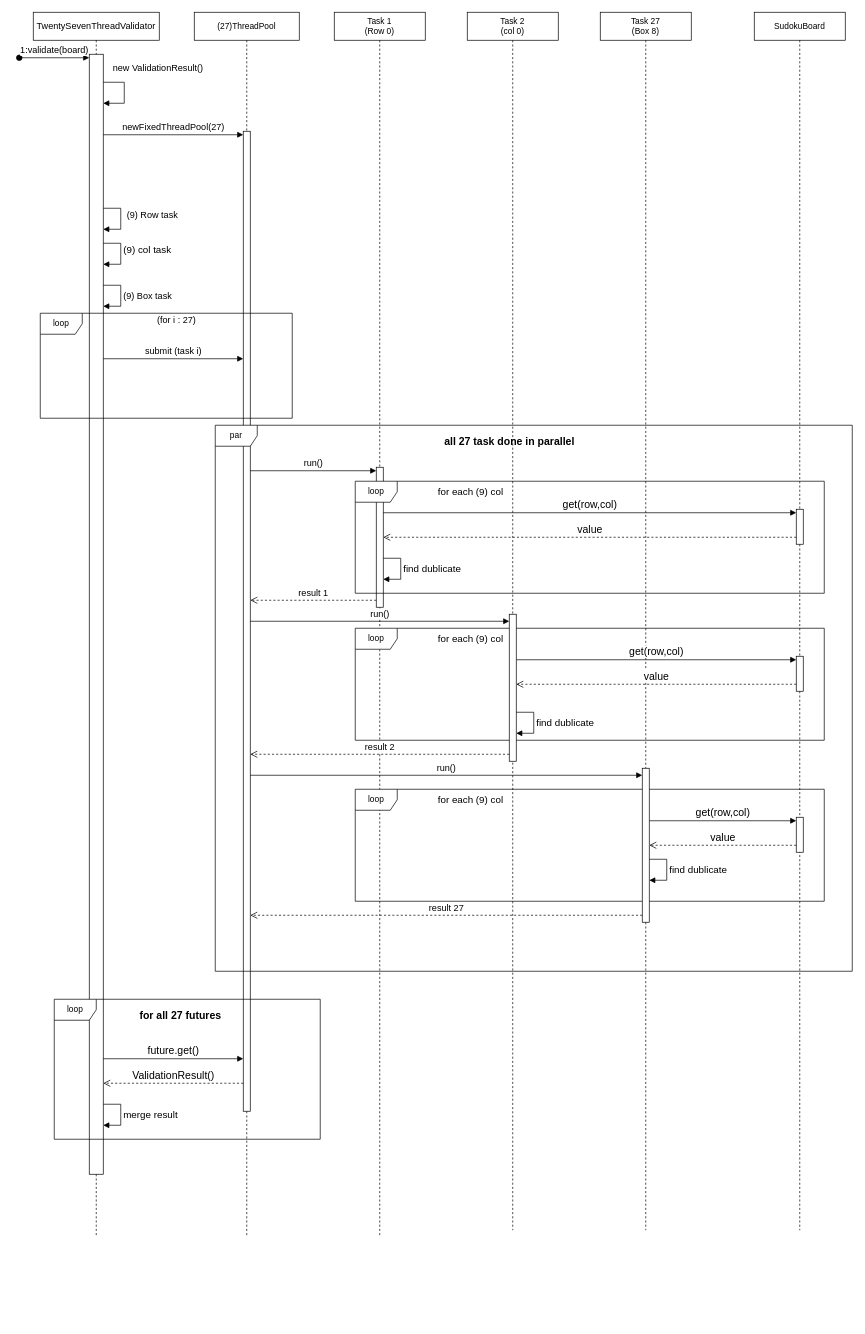
Earlier version of the draw.io diagram diagrams/mode27 sequence diagram.drawio (Smook-e/Prog_lab9). Source tidied: cells renumbered, new cells numbered last; positions are measured from the earlier drawing's top-left corner, leaving out a move shared by most shapes. Both pictures are drawn from the tidied source at 70%, with x=0, y=0 at pixel (19, 12).
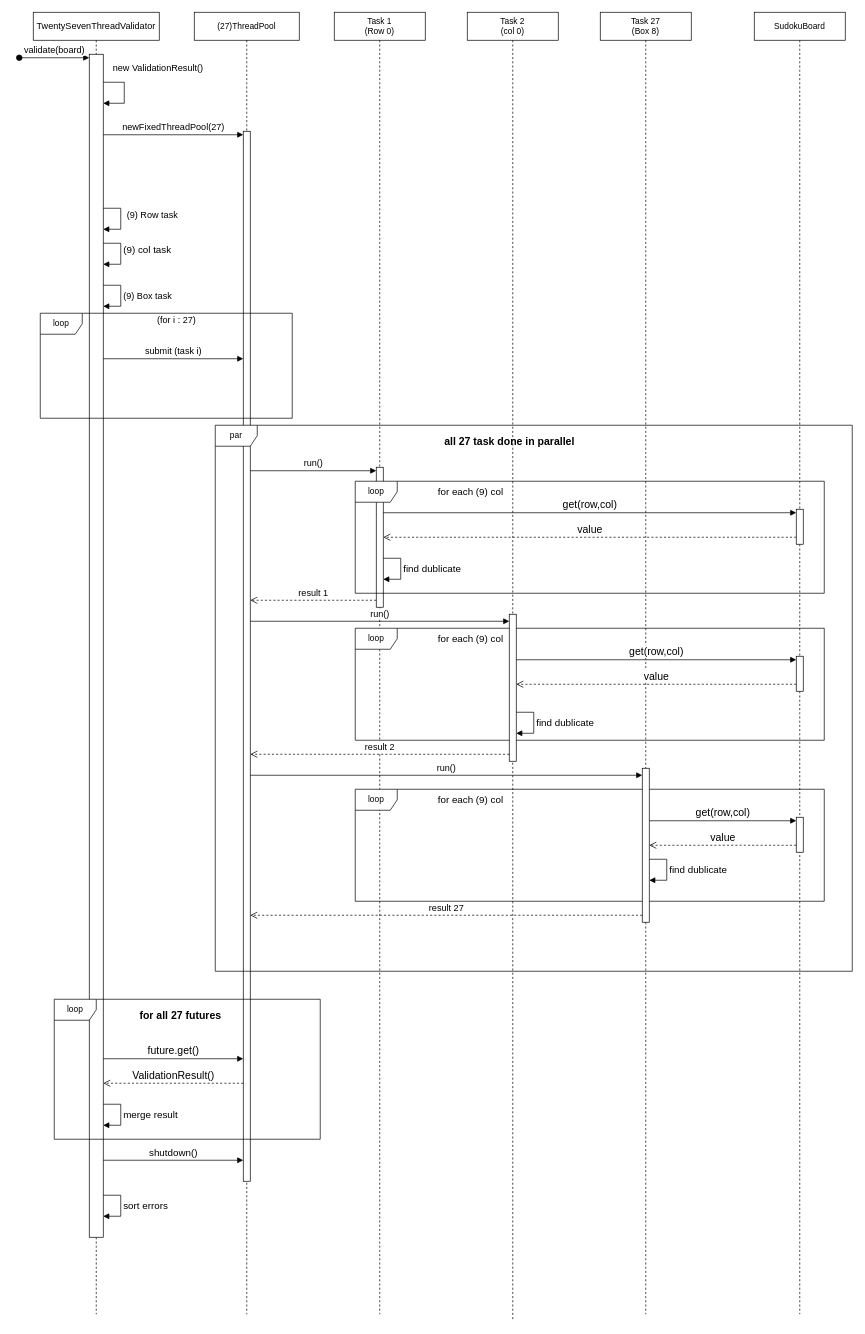
Above is the later version.

Commit message:
complete mode 27

Change to the diagram source:
```diff
@@
     <mxCell id="2" value="TwentySevenThreadValidator" style="shape=umlLifeline;perimeter=lifelinePerimeter;whiteSpace=wrap;html=1;newEdgeStyle={&quot;curved&quot;:0,&quot;rounded&quot;:0};fontSize=13;" parent="1" vertex="1">
-      <mxGeometry x="20" width="180" height="1750" as="geometry" />
+      <mxGeometry x="20" width="180" height="1860" as="geometry" />
     </mxCell>
     <mxCell id="3" style="html=1;points=[[0,0,0,0,5],[0,1,0,0,-5],[1,0,0,0,5],[1,1,0,0,-5]];perimeter=orthogonalPerimeter;outlineConnect=0;targetShapes=umlLifeline;portConstraint=eastwest;newEdgeStyle={&quot;curved&quot;:0,&quot;rounded&quot;:0};" parent="2" vertex="1">
-      <mxGeometry x="80" y="60" width="20" height="1600" as="geometry" />
+      <mxGeometry x="80" y="60" width="20" height="1690" as="geometry" />
     </mxCell>
-    <mxCell id="4" value="1:validate(board)" style="html=1;verticalAlign=bottom;startArrow=oval;endArrow=block;startSize=8;curved=0;rounded=0;entryX=0;entryY=0;entryDx=0;entryDy=5;fontSize=13;" parent="2" edge="1" target="3">
+    <mxCell id="4" value="validate(board&lt;span style=&quot;background-color: light-dark(#ffffff, var(--ge-dark-color, #121212)); color: light-dark(rgb(0, 0, 0), rgb(255, 255, 255));&quot;&gt;)&lt;/span&gt;" style="html=1;verticalAlign=bottom;startArrow=oval;endArrow=block;startSize=8;curved=0;rounded=0;entryX=0;entryY=0;entryDx=0;entryDy=5;fontSize=13;" parent="2" edge="1" target="3">
       <mxGeometry relative="1" as="geometry">
         <mxPoint x="-20" y="65" as="sourcePoint" />
       </mxGeometry>
     </mxCell>
@@
     <mxCell id="9" value="(27)ThreadPool" style="shape=umlLifeline;perimeter=lifelinePerimeter;whiteSpace=wrap;html=1;newEdgeStyle={&quot;curved&quot;:0,&quot;rounded&quot;:0};" parent="1" vertex="1">
-      <mxGeometry x="250" width="150" height="1750" as="geometry" />
+      <mxGeometry x="250" width="150" height="1860" as="geometry" />
     </mxCell>
     <mxCell id="10" style="html=1;points=[[0,0,0,0,5],[0,1,0,0,-5],[1,0,0,0,5],[1,1,0,0,-5]];perimeter=orthogonalPerimeter;outlineConnect=0;targetShapes=umlLifeline;portConstraint=eastwest;newEdgeStyle={&quot;curved&quot;:0,&quot;rounded&quot;:0};" parent="9" vertex="1">
-      <mxGeometry x="70" y="170" width="10" height="1400" as="geometry" />
+      <mxGeometry x="70" y="170" width="10" height="1500" as="geometry" />
     </mxCell>
@@
     <mxCell id="12" value="Task 1&lt;div&gt;(Row 0)&lt;/div&gt;" style="shape=umlLifeline;perimeter=lifelinePerimeter;whiteSpace=wrap;html=1;newEdgeStyle={&quot;curved&quot;:0,&quot;rounded&quot;:0};" parent="1" vertex="1">
-      <mxGeometry x="450" width="130" height="1750" as="geometry" />
+      <mxGeometry x="450" width="130" height="1860" as="geometry" />
     </mxCell>
@@
     <mxCell id="15" value="Task 2&lt;div&gt;(col 0)&lt;/div&gt;" style="shape=umlLifeline;perimeter=lifelinePerimeter;whiteSpace=wrap;html=1;newEdgeStyle={&quot;curved&quot;:0,&quot;rounded&quot;:0};" parent="1" vertex="1">
-      <mxGeometry x="640" width="130" height="1740" as="geometry" />
+      <mxGeometry x="640" width="130" height="1870" as="geometry" />
     </mxCell>
     <mxCell id="16" value="Task 27&lt;div&gt;(Box 8)&lt;/div&gt;" style="shape=umlLifeline;perimeter=lifelinePerimeter;whiteSpace=wrap;html=1;newEdgeStyle={&quot;curved&quot;:0,&quot;rounded&quot;:0};" parent="1" vertex="1">
-      <mxGeometry x="830" width="130" height="1740" as="geometry" />
+      <mxGeometry x="830" width="130" height="1860" as="geometry" />
     </mxCell>
     <mxCell id="17" value="SudokuBoard" style="shape=umlLifeline;perimeter=lifelinePerimeter;whiteSpace=wrap;html=1;newEdgeStyle={&quot;curved&quot;:0,&quot;rounded&quot;:0};" parent="1" vertex="1">
-      <mxGeometry x="1050" width="130" height="1740" as="geometry" />
+      <mxGeometry x="1050" width="130" height="1860" as="geometry" />
     </mxCell>
@@
+    <mxCell id="53" value="shutdown()" style="html=1;verticalAlign=bottom;endArrow=block;curved=0;rounded=0;fontSize=14;" parent="1" edge="1" target="10">
+      <mxGeometry relative="1" as="geometry">
+        <mxPoint x="120" y="1640" as="sourcePoint" />
+      </mxGeometry>
+    </mxCell>
+    <mxCell id="54" value="sort errors" style="html=1;align=left;spacingLeft=2;endArrow=block;rounded=0;edgeStyle=orthogonalEdgeStyle;curved=0;rounded=0;fontSize=14;" parent="1" edge="1">
+      <mxGeometry relative="1" as="geometry">
+        <mxPoint x="120" y="1690" as="sourcePoint" />
+        <mxPoint x="120" y="1720" as="targetPoint" />
+        <Array as="points">
+          <mxPoint x="145" y="1720" />
+        </Array>
+      </mxGeometry>
+    </mxCell>
```
